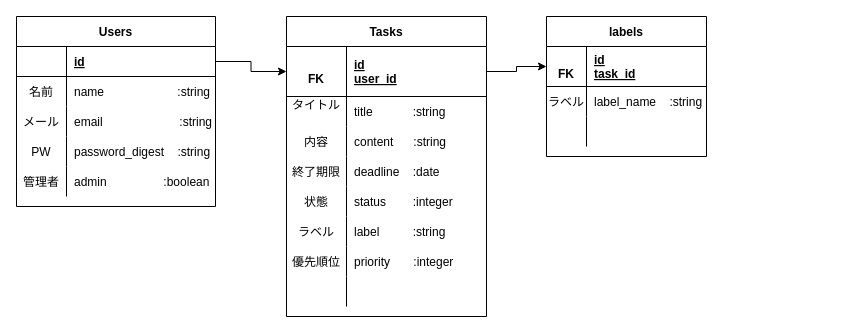
This is manyo.drawio from shota4214/manyo_task_exam, a draw.io file, before an edit. Source tidied: cells renumbered, new cells numbered last; positions are measured from the earlier drawing's top-left corner, leaving out a move shared by most shapes. Both pictures are drawn from the tidied source at 100%, with x=0, y=0 at pixel (16, 16).
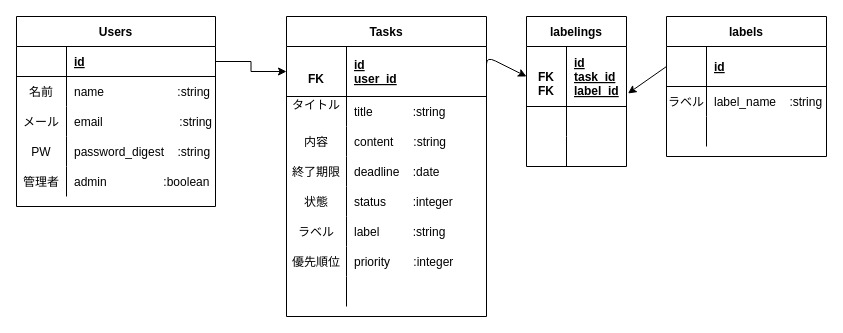
Above is the later version.

Unchanged cells that the change refers to:
```xml
<mxCell id="3" style="shape=partialRectangle;fillColor=none;points=[[0,0.5],[1,0.5]];portConstraint=eastwest;top=0;left=0;right=0;bottom=1;" parent="2" vertex="1">
  <mxGeometry y="30" width="200" height="50" as="geometry" />
</mxCell>
<mxCell id="28" style="shape=partialRectangle;fillColor=none;points=[[0,0.5],[1,0.5]];portConstraint=eastwest;top=0;left=0;right=0;bottom=1;" parent="27" vertex="1">
  <mxGeometry y="30" width="160" height="40" as="geometry" />
</mxCell>
```

Change to the diagram source:
```diff
@@
     <mxCell id="27" value="labels" style="shape=table;startSize=30;childLayout=tableLayout;rowLines=0;fontStyle=1;align=center;" parent="1" vertex="1">
-      <mxGeometry x="530" width="160" height="140" as="geometry" />
+      <mxGeometry x="650" width="160" height="140" as="geometry" />
     </mxCell>
@@
-    <mxCell id="29" value="&#10;FK" style="shape=partialRectangle;overflow=hidden;fillColor=none;top=0;left=0;bottom=0;right=0;fontStyle=1;" parent="28" vertex="1">
+    <mxCell id="29" style="shape=partialRectangle;overflow=hidden;fillColor=none;top=0;left=0;bottom=0;right=0;fontStyle=1;" parent="28" vertex="1">
       <mxGeometry width="40" height="40" as="geometry" />
     </mxCell>
-    <mxCell id="30" value="id&#10;task_id" style="shape=partialRectangle;overflow=hidden;fillColor=none;top=0;left=0;bottom=0;right=0;align=left;spacingLeft=6;fontStyle=5;" parent="28" vertex="1">
+    <mxCell id="30" value="id" style="shape=partialRectangle;overflow=hidden;fillColor=none;top=0;left=0;bottom=0;right=0;align=left;spacingLeft=6;fontStyle=5;" parent="28" vertex="1">
       <mxGeometry x="40" width="120" height="40" as="geometry" />
     </mxCell>
@@
-    <mxCell id="54" style="edgeStyle=orthogonalEdgeStyle;rounded=0;jettySize=auto;html=1;exitX=1;exitY=0.5;exitDx=0;exitDy=0;" parent="1" edge="1" source="3" target="28">
-      <mxGeometry relative="1" as="geometry" />
-    </mxCell>
+    <mxCell id="55" value="labelings" style="shape=table;startSize=30;childLayout=tableLayout;rowLines=0;fontStyle=1;align=center;" parent="1" vertex="1">
+      <mxGeometry x="510" width="100" height="150" as="geometry" />
+    </mxCell>
+    <mxCell id="56" style="shape=partialRectangle;fillColor=none;points=[[0,0.5],[1,0.5]];portConstraint=eastwest;top=0;left=0;right=0;bottom=1;" parent="55" vertex="1">
+      <mxGeometry y="30" width="100" height="60" as="geometry" />
+    </mxCell>
+    <mxCell id="57" value="&#10;FK&#10;FK" style="shape=partialRectangle;overflow=hidden;fillColor=none;top=0;left=0;bottom=0;right=0;fontStyle=1;" parent="56" vertex="1">
+      <mxGeometry width="40" height="60" as="geometry" />
+    </mxCell>
+    <mxCell id="58" value="id&#10;task_id&#10;label_id" style="shape=partialRectangle;overflow=hidden;fillColor=none;top=0;left=0;bottom=0;right=0;align=left;spacingLeft=6;fontStyle=5;" parent="56" vertex="1">
+      <mxGeometry x="40" width="60" height="60" as="geometry" />
+    </mxCell>
+    <mxCell id="59" style="shape=partialRectangle;fillColor=none;top=0;left=0;right=0;bottom=0;" parent="55" vertex="1">
+      <mxGeometry y="90" width="100" height="30" as="geometry" />
+    </mxCell>
+    <mxCell id="60" style="shape=partialRectangle;overflow=hidden;fillColor=none;top=0;left=0;bottom=0;right=0;" parent="59" vertex="1">
+      <mxGeometry width="40" height="30" as="geometry" />
+    </mxCell>
+    <mxCell id="61" style="shape=partialRectangle;overflow=hidden;fillColor=none;top=0;left=0;bottom=0;right=0;align=left;spacingLeft=6;" parent="59" vertex="1">
+      <mxGeometry x="40" width="60" height="30" as="geometry" />
+    </mxCell>
+    <mxCell id="62" style="shape=partialRectangle;fillColor=none;top=0;left=0;right=0;bottom=0;" parent="55" vertex="1">
+      <mxGeometry y="120" width="100" height="30" as="geometry" />
+    </mxCell>
+    <mxCell id="63" style="shape=partialRectangle;overflow=hidden;fillColor=none;top=0;left=0;bottom=0;right=0;" parent="62" vertex="1">
+      <mxGeometry width="40" height="30" as="geometry" />
+    </mxCell>
+    <mxCell id="64" style="shape=partialRectangle;overflow=hidden;fillColor=none;top=0;left=0;bottom=0;right=0;align=left;spacingLeft=6;" parent="62" vertex="1">
+      <mxGeometry x="40" width="60" height="30" as="geometry" />
+    </mxCell>
+    <mxCell id="65" style="edgeStyle=none;html=1;exitX=1;exitY=0.5;exitDx=0;exitDy=0;entryX=0;entryY=0.5;entryDx=0;entryDy=0;" parent="1" edge="1" source="3" target="56">
+      <mxGeometry relative="1" as="geometry">
+        <Array as="points">
+          <mxPoint x="470" y="40" />
+        </Array>
+      </mxGeometry>
+    </mxCell>
+    <mxCell id="66" style="edgeStyle=none;html=1;exitX=0;exitY=0.5;exitDx=0;exitDy=0;entryX=1.015;entryY=0.783;entryDx=0;entryDy=0;entryPerimeter=0;" parent="1" edge="1" source="28" target="56">
+      <mxGeometry relative="1" as="geometry" />
+    </mxCell>
```
